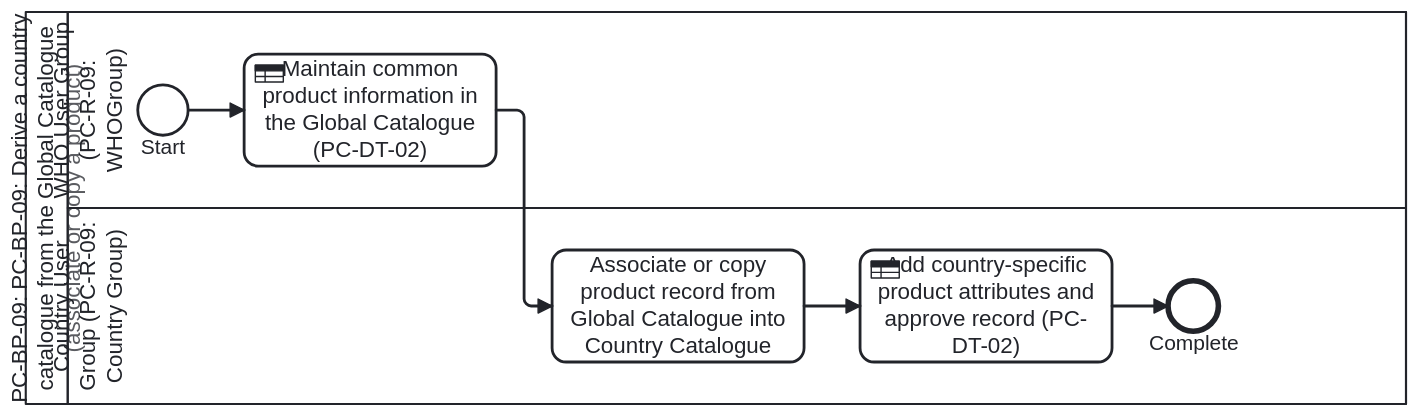
Above: folio/dth-pc/media/PC-BP-09.svg in litlfred/dth-pc (BPMN), before the change. Its source is kept beside it as processes/PC-BP-09.bpmn. Ids are renumbered.
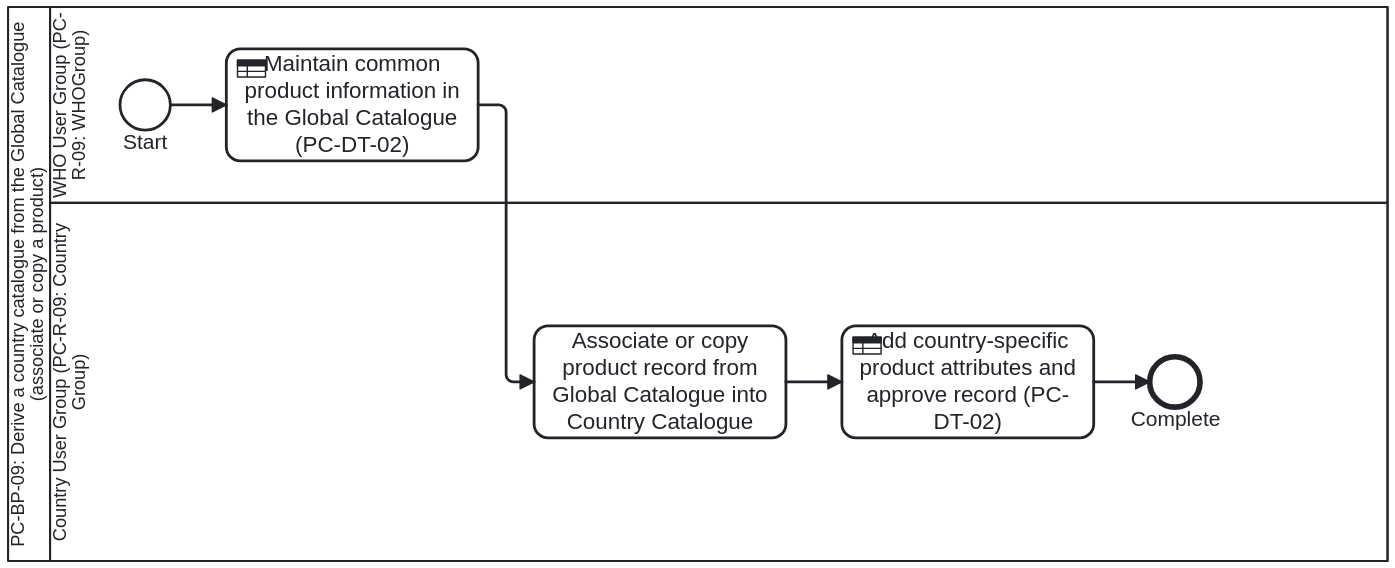
After the change.

The edit, as a diff of the source:
```diff
@@ -5,7 +5,7 @@
                   id="Definitions_PC_BP_09"
                   targetNamespace="https://litlfred.github.io/dth-pc/bpmn">
   <bpmn:collaboration id="Collaboration_PC_BP_09">
-    <bpmn:participant id="Participant_PC_BP_09" name="PC-BP-09: PC-BP-09: Derive a country catalogue from the Global Catalogue (associate or copy a product)" processRef="Process_PC_BP_09" />
+    <bpmn:participant id="Participant_PC_BP_09" name="PC-BP-09: Derive a country catalogue from the Global Catalogue (associate or copy a product)" processRef="Process_PC_BP_09" />
   </bpmn:collaboration>
   <bpmn:process id="Process_PC_BP_09" name="PC-BP-09: Derive a country catalogue from the Global Catalogue (associate or copy a product)" isExecutable="false">
     <bpmn:documentation>PC-BP-09: PC-BP-09: Derive a country catalogue from the Global Catalogue (associate or copy a product) (Source: who-iris/library/9789240116191-eng, page-046, page-047).</bpmn:documentation>
@@ -55,13 +55,13 @@
   <bpmndi:BPMNDiagram id="BPMNDiagram_PC_BP_09">
     <bpmndi:BPMNPlane id="BPMNPlane_PC_BP_09" bpmnElement="Collaboration_PC_BP_09">
       <bpmndi:BPMNShape id="Participant_PC_BP_09_di" bpmnElement="Participant_PC_BP_09" isHorizontal="true">
-        <dc:Bounds x="100" y="60" width="986" height="280" />
+        <dc:Bounds x="100" y="60" width="986" height="396" />
       </bpmndi:BPMNShape>
       <bpmndi:BPMNShape id="Lane_1_di" bpmnElement="Lane_1" isHorizontal="true">
         <dc:Bounds x="130" y="60" width="956" height="140" />
       </bpmndi:BPMNShape>
       <bpmndi:BPMNShape id="Lane_2_di" bpmnElement="Lane_2" isHorizontal="true">
-        <dc:Bounds x="130" y="200" width="956" height="140" />
+        <dc:Bounds x="130" y="200" width="956" height="256" />
       </bpmndi:BPMNShape>
       <bpmndi:BPMNShape id="StartEvent_1_di" bpmnElement="StartEvent_1">
         <dc:Bounds x="180" y="112" width="36" height="36" />
@@ -70,13 +70,13 @@
         <dc:Bounds x="256" y="90" width="180" height="80" />
       </bpmndi:BPMNShape>
       <bpmndi:BPMNShape id="Task_2_di" bpmnElement="Task_2">
-        <dc:Bounds x="476" y="230" width="180" height="80" />
+        <dc:Bounds x="476" y="288" width="180" height="80" />
       </bpmndi:BPMNShape>
       <bpmndi:BPMNShape id="Task_3_di" bpmnElement="Task_3">
-        <dc:Bounds x="696" y="230" width="180" height="80" />
+        <dc:Bounds x="696" y="288" width="180" height="80" />
       </bpmndi:BPMNShape>
       <bpmndi:BPMNShape id="EndEvent_1_di" bpmnElement="EndEvent_1">
-        <dc:Bounds x="916" y="252" width="36" height="36" />
+        <dc:Bounds x="916" y="310" width="36" height="36" />
       </bpmndi:BPMNShape>
       <bpmndi:BPMNEdge id="Flow_0_di" bpmnElement="Flow_0">
         <di:waypoint x="216" y="130" />
@@ -85,16 +85,16 @@
       <bpmndi:BPMNEdge id="Flow_1_di" bpmnElement="Flow_1">
         <di:waypoint x="436" y="130" />
         <di:waypoint x="456" y="130" />
-        <di:waypoint x="456" y="270" />
-        <di:waypoint x="476" y="270" />
+        <di:waypoint x="456" y="328" />
+        <di:waypoint x="476" y="328" />
       </bpmndi:BPMNEdge>
       <bpmndi:BPMNEdge id="Flow_2_di" bpmnElement="Flow_2">
-        <di:waypoint x="656" y="270" />
-        <di:waypoint x="696" y="270" />
+        <di:waypoint x="656" y="328" />
+        <di:waypoint x="696" y="328" />
       </bpmndi:BPMNEdge>
       <bpmndi:BPMNEdge id="Flow_3_di" bpmnElement="Flow_3">
-        <di:waypoint x="876" y="270" />
-        <di:waypoint x="916" y="270" />
+        <di:waypoint x="876" y="328" />
+        <di:waypoint x="916" y="328" />
       </bpmndi:BPMNEdge>
     </bpmndi:BPMNPlane>
   </bpmndi:BPMNDiagram>
```
